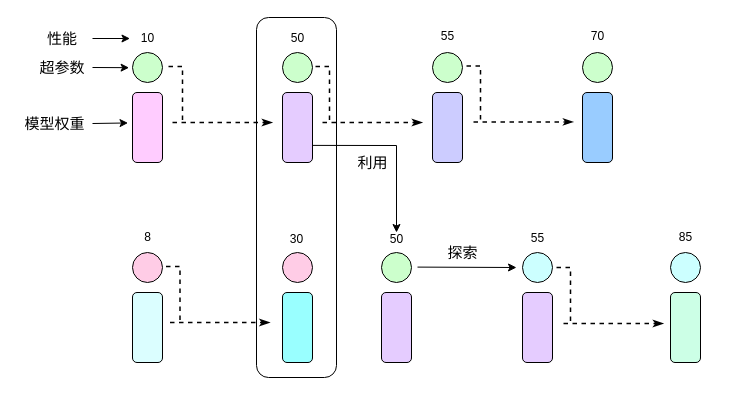
Earlier version of the draw.io diagram drawio/ch-data-science/population-based-training.drawio (godaai/scale-py-zh). Source tidied: cells renumbered, new cells numbered last; positions are measured from the earlier drawing's top-left corner, leaving out a move shared by most shapes. Both pictures are drawn from the tidied source at 100%, with x=0, y=0 at pixel (17, 17).
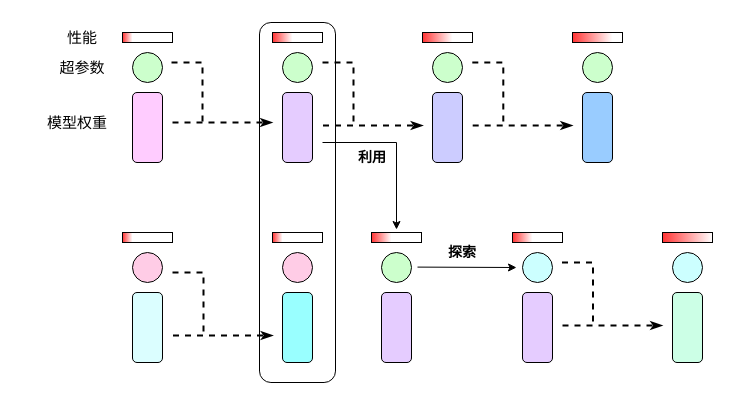
After the change.

The change refers to these unchanged cells:
```xml
<mxCell id="3" style="ellipse;whiteSpace=wrap;html=1;fillColor=#CCFFCC;strokeColor=#000000;" parent="1" vertex="1">
  <mxGeometry x="115" y="35" width="30" height="30" as="geometry" />
</mxCell>
<mxCell id="4" style="rounded=1;whiteSpace=wrap;html=1;fillColor=#FFCCFF;strokeColor=#000000;" parent="1" vertex="1">
  <mxGeometry x="115" y="75" width="30" height="70" as="geometry" />
</mxCell>
<mxCell id="23" style="endArrow=classic;html=1;rounded=0;entryX=1;entryY=0.5;entryDx=0;entryDy=0;exitX=1;exitY=0.5;exitDx=0;exitDy=0;" parent="1" edge="1">
  <mxGeometry relative="1" as="geometry">
    <mxPoint x="400" y="249.6" as="sourcePoint" />
    <mxPoint x="499" y="250" as="targetPoint" />
  </mxGeometry>
</mxCell>
```

The edit, as a diff of the source:
```diff
@@
     <mxCell id="2" style="rounded=1;whiteSpace=wrap;html=1;fillColor=none;" parent="1" vertex="1">
-      <mxGeometry x="239" width="80" height="360" as="geometry" />
+      <mxGeometry x="242" y="5" width="76" height="360" as="geometry" />
     </mxCell>
+    <mxCell id="50" style="rounded=0;whiteSpace=wrap;html=1;gradientColor=#FF3333;gradientDirection=west;strokeColor=none;" parent="1" vertex="1">
+      <mxGeometry x="645" y="215" width="50" height="10" as="geometry" />
+    </mxCell>
+    <mxCell id="51" style="rounded=0;whiteSpace=wrap;html=1;fillColor=none;" parent="1" vertex="1">
+      <mxGeometry x="645" y="215" width="50" height="10" as="geometry" />
+    </mxCell>
@@
+    <mxCell id="52" style="rounded=0;whiteSpace=wrap;html=1;gradientColor=#FF3333;gradientDirection=west;strokeColor=none;" parent="1" vertex="1">
+      <mxGeometry x="105" y="15" width="10" height="10" as="geometry" />
+    </mxCell>
+    <mxCell id="53" style="rounded=0;whiteSpace=wrap;html=1;fillColor=none;" parent="1" vertex="1">
+      <mxGeometry x="105" y="15" width="50" height="10" as="geometry" />
+    </mxCell>
@@
+    <mxCell id="54" style="rounded=0;whiteSpace=wrap;html=1;gradientColor=#FF3333;gradientDirection=west;strokeColor=none;" parent="1" vertex="1">
+      <mxGeometry x="255" y="15" width="20" height="10" as="geometry" />
+    </mxCell>
+    <mxCell id="55" style="rounded=0;whiteSpace=wrap;html=1;fillColor=none;" parent="1" vertex="1">
+      <mxGeometry x="255" y="15" width="50" height="10" as="geometry" />
+    </mxCell>
@@
+    <mxCell id="56" style="rounded=0;whiteSpace=wrap;html=1;gradientColor=#FF3333;gradientDirection=west;strokeColor=none;" parent="1" vertex="1">
+      <mxGeometry x="405" y="15" width="30" height="10" as="geometry" />
+    </mxCell>
+    <mxCell id="57" style="rounded=0;whiteSpace=wrap;html=1;fillColor=none;" parent="1" vertex="1">
+      <mxGeometry x="405" y="15" width="50" height="10" as="geometry" />
+    </mxCell>
@@
+    <mxCell id="58" style="rounded=0;whiteSpace=wrap;html=1;gradientColor=#FF3333;gradientDirection=west;strokeColor=none;" parent="1" vertex="1">
+      <mxGeometry x="555" y="15" width="40" height="10" as="geometry" />
+    </mxCell>
+    <mxCell id="59" style="rounded=0;whiteSpace=wrap;html=1;fillColor=none;" parent="1" vertex="1">
+      <mxGeometry x="555" y="15" width="50" height="10" as="geometry" />
+    </mxCell>
@@
+    <mxCell id="60" style="rounded=0;whiteSpace=wrap;html=1;gradientColor=#FF3333;gradientDirection=west;strokeColor=none;" parent="1" vertex="1">
+      <mxGeometry x="105" y="215" width="10" height="10" as="geometry" />
+    </mxCell>
+    <mxCell id="61" style="rounded=0;whiteSpace=wrap;html=1;fillColor=none;" parent="1" vertex="1">
+      <mxGeometry x="105" y="215" width="50" height="10" as="geometry" />
+    </mxCell>
@@
+    <mxCell id="62" style="rounded=0;whiteSpace=wrap;html=1;gradientColor=#FF3333;gradientDirection=west;strokeColor=none;" parent="1" vertex="1">
+      <mxGeometry x="255" y="215" width="10" height="10" as="geometry" />
+    </mxCell>
+    <mxCell id="63" style="rounded=0;whiteSpace=wrap;html=1;fillColor=none;" parent="1" vertex="1">
+      <mxGeometry x="255" y="215" width="50" height="10" as="geometry" />
+    </mxCell>
@@
+    <mxCell id="64" style="rounded=0;whiteSpace=wrap;html=1;gradientColor=#FF3333;gradientDirection=west;strokeColor=none;" parent="1" vertex="1">
+      <mxGeometry x="354" y="215" width="20" height="10" as="geometry" />
+    </mxCell>
+    <mxCell id="65" style="rounded=0;whiteSpace=wrap;html=1;fillColor=none;" parent="1" vertex="1">
+      <mxGeometry x="354" y="215" width="50" height="10" as="geometry" />
+    </mxCell>
@@
+    <mxCell id="66" style="rounded=0;whiteSpace=wrap;html=1;gradientColor=#FF3333;gradientDirection=west;strokeColor=none;" parent="1" vertex="1">
+      <mxGeometry x="495" y="215" width="20" height="10" as="geometry" />
+    </mxCell>
+    <mxCell id="67" style="rounded=0;whiteSpace=wrap;html=1;fillColor=none;" parent="1" vertex="1">
+      <mxGeometry x="495" y="215" width="50" height="10" as="geometry" />
+    </mxCell>
     <mxCell id="19" style="ellipse;whiteSpace=wrap;html=1;fillColor=#CCFFFF;strokeColor=#000000;" parent="1" vertex="1">
-      <mxGeometry x="653" y="235" width="30" height="30" as="geometry" />
+      <mxGeometry x="655" y="235" width="30" height="30" as="geometry" />
     </mxCell>
     <mxCell id="20" style="rounded=1;whiteSpace=wrap;html=1;fillColor=#CCFFE6;strokeColor=#000000;" parent="1" vertex="1">
-      <mxGeometry x="653" y="275" width="30" height="70" as="geometry" />
+      <mxGeometry x="655" y="275" width="30" height="70" as="geometry" />
     </mxCell>
-    <mxCell id="21" style="endArrow=classicThin;html=1;rounded=0;endFill=1;dashed=1;strokeWidth=1.5;" parent="1" edge="1">
+    <mxCell id="21" style="endArrow=classicThin;html=1;rounded=0;endFill=1;dashed=1;strokeWidth=2;" parent="1" edge="1">
       <mxGeometry relative="1" as="geometry">
         <mxPoint x="155" y="105" as="sourcePoint" />
         <mxPoint x="255" y="105" as="targetPoint" />
       </mxGeometry>
     </mxCell>
-    <mxCell id="22" style="endArrow=none;dashed=1;html=1;strokeWidth=1.5;rounded=0;edgeStyle=elbowEdgeStyle;" parent="1" edge="1">
-      <mxGeometry relative="1" as="geometry">
-        <mxPoint x="151" y="49" as="sourcePoint" />
-        <mxPoint x="165" y="105" as="targetPoint" />
-        <Array as="points">
-          <mxPoint x="165" y="75" />
-        </Array>
-      </mxGeometry>
-    </mxCell>
@@
-    <mxCell id="24" value="&lt;span style=&quot;font-size: 15px;&quot;&gt;探索&lt;/span&gt;" style="edgeLabel;html=1;align=center;verticalAlign=middle;" parent="23" vertex="1">
-      <mxGeometry x="-0.16" relative="1" as="geometry">
-        <mxPoint x="3" y="-15" as="offset" />
-      </mxGeometry>
-    </mxCell>
-    <mxCell id="25" style="endArrow=classic;html=1;rounded=0;entryX=0.5;entryY=0;entryDx=0;entryDy=0;exitX=0.7;exitY=0.347;exitDx=0;exitDy=0;exitPerimeter=0;" parent="1" edge="1">
+    <mxCell id="25" style="endArrow=classic;html=1;rounded=0;entryX=0.5;entryY=0;entryDx=0;entryDy=0;" parent="1" edge="1">
       <mxGeometry relative="1" as="geometry">
-        <mxPoint x="295" y="127.9" as="sourcePoint" />
-        <mxPoint x="379" y="215" as="targetPoint" />
+        <mxPoint x="305" y="125" as="sourcePoint" />
+        <mxPoint x="379" y="212" as="targetPoint" />
         <Array as="points">
-          <mxPoint x="379" y="128" />
+          <mxPoint x="379" y="125" />
         </Array>
       </mxGeometry>
     </mxCell>
-    <mxCell id="26" value="&lt;span style=&quot;font-size: 15px;&quot;&gt;利用&lt;/span&gt;" style="edgeLabel;html=1;align=center;verticalAlign=middle;" parent="25" vertex="1">
-      <mxGeometry x="0.11" y="-1" relative="1" as="geometry">
-        <mxPoint x="-24" y="6" as="offset" />
-      </mxGeometry>
-    </mxCell>
     <mxCell id="27" value="&lt;span style=&quot;font-size: 15px;&quot;&gt;性能&lt;/span&gt;" style="text;html=1;align=center;verticalAlign=middle;whiteSpace=wrap;rounded=0;" parent="1" vertex="1">
-      <mxGeometry x="15" y="6" width="60" height="30" as="geometry" />
+      <mxGeometry x="35" y="5" width="60" height="30" as="geometry" />
     </mxCell>
     <mxCell id="28" value="&lt;span style=&quot;font-size: 15px;&quot;&gt;超参数&lt;/span&gt;" style="text;html=1;align=center;verticalAlign=middle;whiteSpace=wrap;rounded=0;" parent="1" vertex="1">
-      <mxGeometry x="15" y="35" width="60" height="30" as="geometry" />
+      <mxGeometry x="35" y="35" width="60" height="30" as="geometry" />
     </mxCell>
     <mxCell id="29" value="&lt;span style=&quot;font-size: 15px;&quot;&gt;模型权重&lt;/span&gt;" style="text;html=1;align=center;verticalAlign=middle;whiteSpace=wrap;rounded=0;" parent="1" vertex="1">
-      <mxGeometry y="91" width="75" height="30" as="geometry" />
+      <mxGeometry x="25" y="90" width="70" height="30" as="geometry" />
     </mxCell>
-    <mxCell id="30" style="endArrow=classic;html=1;rounded=0;exitX=1;exitY=0.5;exitDx=0;exitDy=0;entryX=-0.113;entryY=0.506;entryDx=0;entryDy=0;entryPerimeter=0;" parent="1" edge="1" source="28" target="3">
-      <mxGeometry relative="1" as="geometry" />
-    </mxCell>
-    <mxCell id="31" style="endArrow=classic;html=1;rounded=0;exitX=1;exitY=0.5;exitDx=0;exitDy=0;entryX=-0.149;entryY=0.435;entryDx=0;entryDy=0;entryPerimeter=0;" parent="1" edge="1" source="29" target="4">
-      <mxGeometry relative="1" as="geometry" />
-    </mxCell>
-    <mxCell id="32" value="10" style="text;html=1;strokeColor=none;fillColor=none;align=center;verticalAlign=middle;whiteSpace=wrap;rounded=0;" parent="1" vertex="1">
-      <mxGeometry x="112.5" y="6" width="35" height="30" as="geometry" />
-    </mxCell>
-    <mxCell id="33" style="endArrow=classic;html=1;rounded=0;exitX=1;exitY=0.5;exitDx=0;exitDy=0;" parent="1" edge="1" source="27" target="32">
-      <mxGeometry relative="1" as="geometry" />
-    </mxCell>
-    <mxCell id="34" style="endArrow=none;dashed=1;html=1;strokeWidth=1.5;rounded=0;edgeStyle=elbowEdgeStyle;" parent="1" edge="1">
-      <mxGeometry relative="1" as="geometry">
-        <mxPoint x="298" y="49" as="sourcePoint" />
-        <mxPoint x="312" y="105" as="targetPoint" />
-        <Array as="points">
-          <mxPoint x="312" y="75" />
-        </Array>
-      </mxGeometry>
-    </mxCell>
-    <mxCell id="35" style="endArrow=classicThin;html=1;rounded=0;endFill=1;dashed=1;strokeWidth=1.5;" parent="1" edge="1">
-      <mxGeometry relative="1" as="geometry">
-        <mxPoint x="305" y="105" as="sourcePoint" />
-        <mxPoint x="405" y="105" as="targetPoint" />
-      </mxGeometry>
-    </mxCell>
-    <mxCell id="36" value="50" style="text;html=1;strokeColor=none;fillColor=none;align=center;verticalAlign=middle;whiteSpace=wrap;rounded=0;" parent="1" vertex="1">
-      <mxGeometry x="262.5" y="6" width="35" height="30" as="geometry" />
-    </mxCell>
-    <mxCell id="37" value="55" style="text;html=1;strokeColor=none;fillColor=none;align=center;verticalAlign=middle;whiteSpace=wrap;rounded=0;" parent="1" vertex="1">
-      <mxGeometry x="412.5" y="4" width="35" height="30" as="geometry" />
-    </mxCell>
-    <mxCell id="38" style="endArrow=none;dashed=1;html=1;strokeWidth=1.5;rounded=0;edgeStyle=elbowEdgeStyle;" parent="1" edge="1">
-      <mxGeometry relative="1" as="geometry">
-        <mxPoint x="449" y="48.4" as="sourcePoint" />
-        <mxPoint x="463" y="104.4" as="targetPoint" />
-        <Array as="points">
-          <mxPoint x="463" y="74.4" />
-        </Array>
-      </mxGeometry>
-    </mxCell>
-    <mxCell id="39" style="endArrow=classicThin;html=1;rounded=0;endFill=1;dashed=1;strokeWidth=1.5;" parent="1" edge="1">
-      <mxGeometry relative="1" as="geometry">
-        <mxPoint x="456" y="104.4" as="sourcePoint" />
-        <mxPoint x="556" y="104.4" as="targetPoint" />
-      </mxGeometry>
-    </mxCell>
-    <mxCell id="40" value="70" style="text;html=1;strokeColor=none;fillColor=none;align=center;verticalAlign=middle;whiteSpace=wrap;rounded=0;" parent="1" vertex="1">
-      <mxGeometry x="562.5" y="4" width="35" height="30" as="geometry" />
-    </mxCell>
-    <mxCell id="41" value="8" style="text;html=1;strokeColor=none;fillColor=none;align=center;verticalAlign=middle;whiteSpace=wrap;rounded=0;" parent="1" vertex="1">
-      <mxGeometry x="112.5" y="205" width="35" height="30" as="geometry" />
-    </mxCell>
-    <mxCell id="42" value="30" style="text;html=1;strokeColor=none;fillColor=none;align=center;verticalAlign=middle;whiteSpace=wrap;rounded=0;" parent="1" vertex="1">
-      <mxGeometry x="261.5" y="207" width="35" height="30" as="geometry" />
-    </mxCell>
-    <mxCell id="43" value="85" style="text;html=1;strokeColor=none;fillColor=none;align=center;verticalAlign=middle;whiteSpace=wrap;rounded=0;" parent="1" vertex="1">
-      <mxGeometry x="650.5" y="205" width="35" height="30" as="geometry" />
-    </mxCell>
-    <mxCell id="44" style="endArrow=none;dashed=1;html=1;strokeWidth=1.5;rounded=0;edgeStyle=elbowEdgeStyle;" parent="1" edge="1">
-      <mxGeometry relative="1" as="geometry">
-        <mxPoint x="539" y="250" as="sourcePoint" />
-        <mxPoint x="553" y="306" as="targetPoint" />
-        <Array as="points">
-          <mxPoint x="553" y="276" />
-        </Array>
-      </mxGeometry>
-    </mxCell>
-    <mxCell id="45" style="endArrow=classicThin;html=1;rounded=0;endFill=1;dashed=1;strokeWidth=1.5;" parent="1" edge="1">
-      <mxGeometry relative="1" as="geometry">
-        <mxPoint x="546" y="306" as="sourcePoint" />
-        <mxPoint x="646" y="306" as="targetPoint" />
-      </mxGeometry>
-    </mxCell>
-    <mxCell id="46" value="50" style="text;html=1;strokeColor=none;fillColor=none;align=center;verticalAlign=middle;whiteSpace=wrap;rounded=0;" parent="1" vertex="1">
-      <mxGeometry x="362" y="207" width="35" height="30" as="geometry" />
-    </mxCell>
-    <mxCell id="47" value="55" style="text;html=1;strokeColor=none;fillColor=none;align=center;verticalAlign=middle;whiteSpace=wrap;rounded=0;" parent="1" vertex="1">
-      <mxGeometry x="502.5" y="206" width="35" height="30" as="geometry" />
-    </mxCell>
-    <mxCell id="48" style="endArrow=classicThin;html=1;rounded=0;endFill=1;dashed=1;strokeWidth=1.5;" parent="1" edge="1">
-      <mxGeometry relative="1" as="geometry">
-        <mxPoint x="152.5" y="305" as="sourcePoint" />
-        <mxPoint x="252.5" y="305" as="targetPoint" />
-      </mxGeometry>
-    </mxCell>
-    <mxCell id="49" style="endArrow=none;dashed=1;html=1;strokeWidth=1.5;rounded=0;edgeStyle=elbowEdgeStyle;" parent="1" edge="1">
-      <mxGeometry relative="1" as="geometry">
-        <mxPoint x="148.5" y="249" as="sourcePoint" />
-        <mxPoint x="162.5" y="305" as="targetPoint" />
-        <Array as="points">
-          <mxPoint x="162.5" y="275" />
-        </Array>
-      </mxGeometry>
-    </mxCell>
+    <mxCell id="26" value="&lt;font style=&quot;font-size: 14px;&quot;&gt;&lt;b&gt;利用&lt;/b&gt;&lt;/font&gt;" style="text;html=1;strokeColor=none;fillColor=none;align=center;verticalAlign=middle;whiteSpace=wrap;rounded=0;" parent="1" vertex="1">
+      <mxGeometry x="325" y="125" width="60" height="30" as="geometry" />
+    </mxCell>
+    <mxCell id="24" value="&lt;font style=&quot;font-size: 14px;&quot;&gt;&lt;b&gt;探索&lt;/b&gt;&lt;/font&gt;" style="text;html=1;strokeColor=none;fillColor=none;align=center;verticalAlign=middle;whiteSpace=wrap;rounded=0;" parent="1" vertex="1">
+      <mxGeometry x="415" y="225" width="60" height="20" as="geometry" />
+    </mxCell>
+    <mxCell id="68" style="endArrow=none;html=1;rounded=0;edgeStyle=elbowEdgeStyle;elbow=vertical;dashed=1;strokeWidth=2;" parent="1" edge="1">
+      <mxGeometry relative="1" as="geometry">
+        <mxPoint x="154" y="45" as="sourcePoint" />
+        <mxPoint x="185" y="105" as="targetPoint" />
+        <Array as="points">
+          <mxPoint x="175" y="45" />
+        </Array>
+      </mxGeometry>
+    </mxCell>
+    <mxCell id="69" style="endArrow=classicThin;html=1;rounded=0;endFill=1;dashed=1;strokeWidth=2;" parent="1" edge="1">
+      <mxGeometry relative="1" as="geometry">
+        <mxPoint x="305.5" y="108" as="sourcePoint" />
+        <mxPoint x="405.5" y="108" as="targetPoint" />
+      </mxGeometry>
+    </mxCell>
+    <mxCell id="70" style="endArrow=none;html=1;rounded=0;edgeStyle=elbowEdgeStyle;elbow=vertical;dashed=1;strokeWidth=2;" parent="1" edge="1">
+      <mxGeometry relative="1" as="geometry">
+        <mxPoint x="305" y="45" as="sourcePoint" />
+        <mxPoint x="336" y="105" as="targetPoint" />
+        <Array as="points">
+          <mxPoint x="326" y="45" />
+        </Array>
+      </mxGeometry>
+    </mxCell>
+    <mxCell id="71" style="endArrow=classicThin;html=1;rounded=0;endFill=1;dashed=1;strokeWidth=2;" parent="1" edge="1">
+      <mxGeometry relative="1" as="geometry">
+        <mxPoint x="455.2" y="108" as="sourcePoint" />
+        <mxPoint x="555.2" y="108" as="targetPoint" />
+      </mxGeometry>
+    </mxCell>
+    <mxCell id="72" style="endArrow=none;html=1;rounded=0;edgeStyle=elbowEdgeStyle;elbow=vertical;dashed=1;strokeWidth=2;" parent="1" edge="1">
+      <mxGeometry relative="1" as="geometry">
+        <mxPoint x="454.8" y="45" as="sourcePoint" />
+        <mxPoint x="485.8" y="105" as="targetPoint" />
+        <Array as="points">
+          <mxPoint x="475.8" y="45" />
+        </Array>
+      </mxGeometry>
+    </mxCell>
+    <mxCell id="73" style="endArrow=classicThin;html=1;rounded=0;endFill=1;dashed=1;strokeWidth=2;" parent="1" edge="1">
+      <mxGeometry relative="1" as="geometry">
+        <mxPoint x="155.5" y="318" as="sourcePoint" />
+        <mxPoint x="255.5" y="318" as="targetPoint" />
+      </mxGeometry>
+    </mxCell>
+    <mxCell id="74" style="endArrow=none;html=1;rounded=0;edgeStyle=elbowEdgeStyle;elbow=vertical;dashed=1;strokeWidth=2;" parent="1" edge="1">
+      <mxGeometry relative="1" as="geometry">
+        <mxPoint x="155" y="255" as="sourcePoint" />
+        <mxPoint x="186" y="315" as="targetPoint" />
+        <Array as="points">
+          <mxPoint x="176" y="255" />
+        </Array>
+      </mxGeometry>
+    </mxCell>
+    <mxCell id="75" style="endArrow=classicThin;html=1;rounded=0;endFill=1;dashed=1;strokeWidth=2;" parent="1" edge="1">
+      <mxGeometry relative="1" as="geometry">
+        <mxPoint x="545" y="308" as="sourcePoint" />
+        <mxPoint x="645" y="308" as="targetPoint" />
+      </mxGeometry>
+    </mxCell>
+    <mxCell id="76" style="endArrow=none;html=1;rounded=0;edgeStyle=elbowEdgeStyle;elbow=vertical;dashed=1;strokeWidth=2;" parent="1" edge="1">
+      <mxGeometry relative="1" as="geometry">
+        <mxPoint x="544.5" y="245" as="sourcePoint" />
+        <mxPoint x="575.5" y="305" as="targetPoint" />
+        <Array as="points">
+          <mxPoint x="565.5" y="245" />
+        </Array>
+      </mxGeometry>
+    </mxCell>
```
